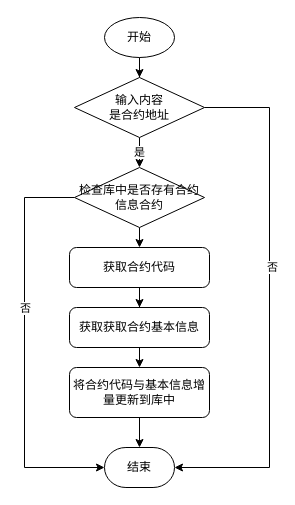
Above: contract_pre_process.drawio in wang2gua/test (draw.io), before the change. Source tidied: cells renumbered, new cells numbered last; positions are measured from the earlier drawing's top-left corner, leaving out a move shared by most shapes. Both pictures are drawn from the tidied source at 100%, with x=0, y=0 at pixel (24, 17).
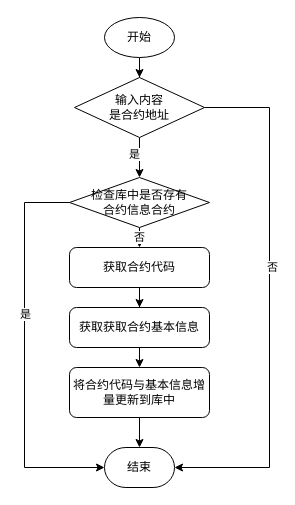
The same page after the edit.

The change refers to these unchanged cells:
```xml
<mxCell id="4" value="结束" style="strokeWidth=1;html=1;shape=mxgraph.flowchart.terminator;whiteSpace=wrap;" parent="1" vertex="1">
  <mxGeometry x="80" y="430" width="70" height="40" as="geometry" />
</mxCell>
<mxCell id="6" value="获取合约代码" style="rounded=1;whiteSpace=wrap;html=1;absoluteArcSize=1;arcSize=14;strokeWidth=1;" parent="1" vertex="1">
  <mxGeometry x="45" y="230" width="140" height="40" as="geometry" />
</mxCell>
<mxCell id="10" value="&lt;div&gt;输入内容&lt;/div&gt;&lt;div&gt;是合约地址&lt;/div&gt;" style="strokeWidth=1;html=1;shape=mxgraph.flowchart.decision;whiteSpace=wrap;" parent="1" vertex="1">
  <mxGeometry x="50" y="60" width="130" height="60" as="geometry" />
</mxCell>
```

Diff of the diagram source:
```diff
@@
     <mxCell id="9" value="是" style="edgeStyle=orthogonalEdgeStyle;rounded=0;jettySize=auto;html=1;exitX=0.5;exitY=1;exitDx=0;exitDy=0;exitPerimeter=0;entryX=0.5;entryY=0;entryDx=0;entryDy=0;entryPerimeter=0;" parent="1" edge="1" source="10" target="16">
-      <mxGeometry relative="1" as="geometry" />
+      <mxGeometry x="-0.14" y="-5" relative="1" as="geometry" />
     </mxCell>
@@
     <mxCell id="13" style="edgeStyle=orthogonalEdgeStyle;rounded=0;jettySize=auto;html=1;exitX=0;exitY=0.5;exitDx=0;exitDy=0;exitPerimeter=0;entryX=0;entryY=0.5;entryDx=0;entryDy=0;entryPerimeter=0;" parent="1" edge="1" source="16" target="4">
       <mxGeometry relative="1" as="geometry">
         <Array as="points">
-          <mxPoint y="180" />
+          <mxPoint y="185" />
           <mxPoint y="450" />
         </Array>
       </mxGeometry>
     </mxCell>
-    <mxCell id="14" value="否" style="edgeLabel;html=1;align=center;verticalAlign=middle;" parent="13" vertex="1">
+    <mxCell id="14" value="是" style="edgeLabel;html=1;align=center;verticalAlign=middle;" parent="13" vertex="1">
       <mxGeometry x="-0.2" relative="1" as="geometry" />
     </mxCell>
-    <mxCell id="15" style="edgeStyle=orthogonalEdgeStyle;rounded=0;jettySize=auto;html=1;exitX=0.5;exitY=1;exitDx=0;exitDy=0;exitPerimeter=0;entryX=0.5;entryY=0;entryDx=0;entryDy=0;" parent="1" edge="1" source="16" target="6">
+    <mxCell id="15" value="否" style="edgeStyle=orthogonalEdgeStyle;rounded=0;jettySize=auto;html=1;exitX=0.5;exitY=1;exitDx=0;exitDy=0;exitPerimeter=0;entryX=0.5;entryY=0;entryDx=0;entryDy=0;" parent="1" edge="1" source="16" target="6">
       <mxGeometry relative="1" as="geometry" />
     </mxCell>
-    <mxCell id="16" value="&lt;div&gt;检查库中是否存有合约信息合约&lt;br&gt;&lt;/div&gt;" style="strokeWidth=1;html=1;shape=mxgraph.flowchart.decision;whiteSpace=wrap;" parent="1" vertex="1">
-      <mxGeometry x="50" y="150" width="130" height="60" as="geometry" />
+    <mxCell id="16" value="&lt;div&gt;检查库中是否存有&lt;/div&gt;&lt;div&gt;合约信息合约&lt;br&gt;&lt;/div&gt;" style="strokeWidth=1;html=1;shape=mxgraph.flowchart.decision;whiteSpace=wrap;" parent="1" vertex="1">
+      <mxGeometry x="45" y="160" width="140" height="50" as="geometry" />
     </mxCell>
```
